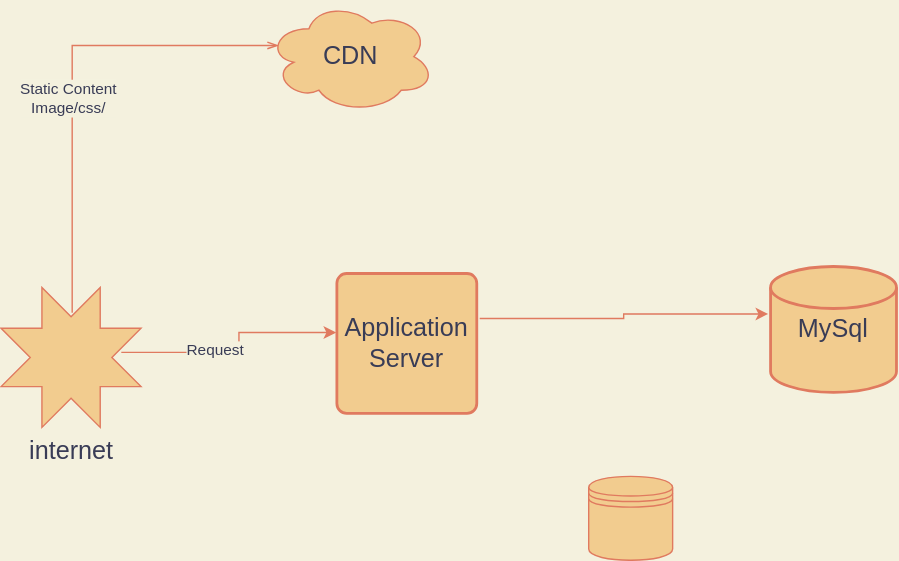
Before: design/SystemDesignv1.svg, a diagram exported from draw.io (mgkyawmyotun/bluedit). Source tidied: cells renumbered, new cells last; positions are measured from the earlier drawing's top-left corner, leaving out a move shared by most shapes.
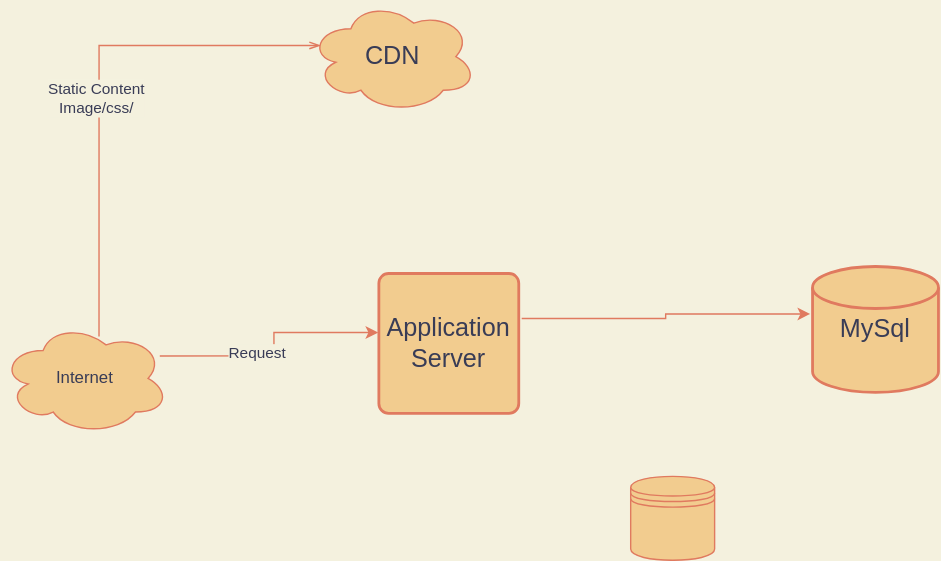
Above is the later version.

Diff of the diagram source:
```diff
@@ -8,13 +8,13 @@
     <mxCell id="3" style="edgeStyle=orthogonalEdgeStyle;rounded=0;jettySize=auto;html=1;entryX=-0.019;entryY=0.377;entryDx=0;entryDy=0;entryPerimeter=0;exitX=1.021;exitY=0.322;exitDx=0;exitDy=0;exitPerimeter=0;labelBackgroundColor=#F4F1DE;strokeColor=#E07A5F;fontColor=#393C56;" parent="1" edge="1" source="10" target="2">
       <mxGeometry relative="1" as="geometry" />
     </mxCell>
-    <mxCell id="4" style="edgeStyle=orthogonalEdgeStyle;rounded=0;jettySize=auto;html=1;exitX=0.859;exitY=0.464;exitDx=0;exitDy=0;exitPerimeter=0;entryX=-0.005;entryY=0.422;entryDx=0;entryDy=0;entryPerimeter=0;labelBackgroundColor=#F4F1DE;strokeColor=#E07A5F;fontColor=#393C56;" parent="1" edge="1" source="8" target="10">
+    <mxCell id="4" style="edgeStyle=orthogonalEdgeStyle;rounded=0;jettySize=auto;html=1;exitX=0.945;exitY=0.299;exitDx=0;exitDy=0;exitPerimeter=0;entryX=-0.005;entryY=0.422;entryDx=0;entryDy=0;entryPerimeter=0;labelBackgroundColor=#F4F1DE;strokeColor=#E07A5F;fontColor=#393C56;" parent="1" edge="1" source="12" target="10">
       <mxGeometry relative="1" as="geometry" />
     </mxCell>
     <mxCell id="5" value="Request&lt;br&gt;" style="edgeLabel;html=1;align=center;verticalAlign=middle;labelBackgroundColor=#F4F1DE;fontColor=#393C56;" parent="4" vertex="1">
       <mxGeometry x="-0.2" y="2" relative="1" as="geometry" />
     </mxCell>
-    <mxCell id="6" style="edgeStyle=orthogonalEdgeStyle;rounded=0;jettySize=auto;html=1;entryX=0.508;entryY=0.18;entryDx=0;entryDy=0;endArrow=none;endFill=0;startArrow=openThin;startFill=0;entryPerimeter=0;exitX=0.07;exitY=0.4;exitDx=0;exitDy=0;exitPerimeter=0;labelBackgroundColor=#F4F1DE;strokeColor=#E07A5F;fontColor=#393C56;" parent="1" edge="1" source="11" target="8">
+    <mxCell id="6" style="edgeStyle=orthogonalEdgeStyle;rounded=0;jettySize=auto;html=1;entryX=0.583;entryY=0.125;entryDx=0;entryDy=0;endArrow=none;endFill=0;startArrow=openThin;startFill=0;entryPerimeter=0;exitX=0.07;exitY=0.4;exitDx=0;exitDy=0;exitPerimeter=0;labelBackgroundColor=#F4F1DE;strokeColor=#E07A5F;fontColor=#393C56;" parent="1" edge="1" source="11" target="12">
       <mxGeometry relative="1" as="geometry" />
     </mxCell>
     <mxCell id="7" value="Static Content&lt;br&gt;Image/css/" style="edgeLabel;html=1;align=center;verticalAlign=middle;labelBackgroundColor=#F4F1DE;fontColor=#393C56;" parent="6" vertex="1">
@@ -22,9 +22,6 @@
         <mxPoint x="-20" y="18" as="offset" />
       </mxGeometry>
     </mxCell>
-    <mxCell id="8" value="internet&lt;br style=&quot;font-size: 18px;&quot;&gt;" style="verticalLabelPosition=bottom;verticalAlign=top;html=1;shape=mxgraph.basic.8_point_star;fontSize=18;fillColor=#F2CC8F;strokeColor=#E07A5F;fontColor=#393C56;" parent="1" vertex="1">
-      <mxGeometry y="205" width="100" height="100" as="geometry" />
-    </mxCell>
     <mxCell id="9" style="shape=datastore;whiteSpace=wrap;html=1;fillColor=#F2CC8F;strokeColor=#E07A5F;fontColor=#393C56;" parent="1" vertex="1">
       <mxGeometry x="420" y="340" width="60" height="60" as="geometry" />
     </mxCell>
@@ -34,5 +31,8 @@
     <mxCell id="11" value="CDN" style="ellipse;shape=cloud;whiteSpace=wrap;html=1;fontSize=18;fillColor=#F2CC8F;strokeColor=#E07A5F;fontColor=#393C56;" parent="1" vertex="1">
       <mxGeometry x="190" width="120" height="80" as="geometry" />
     </mxCell>
+    <mxCell id="12" value="Internet" style="ellipse;shape=cloud;whiteSpace=wrap;html=1;rounded=0;sketch=0;strokeColor=#E07A5F;fillColor=#F2CC8F;fontColor=#393C56;" parent="1" vertex="1">
+      <mxGeometry x="-30" y="230" width="120" height="80" as="geometry" />
+    </mxCell>
   </root>
 </mxGraphModel>
```
